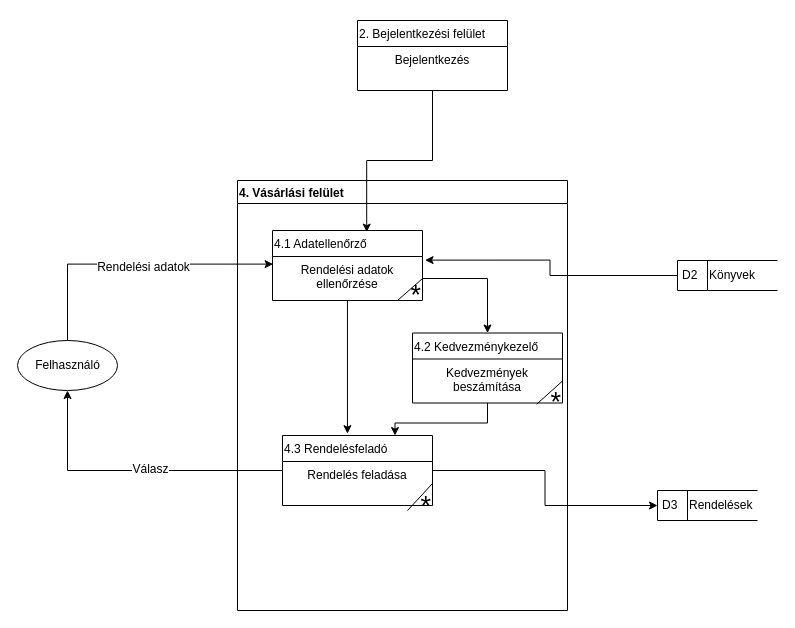
Dzseta/Adatbazis-alapu-rendszerek keeps this draw.io diagram as page "Page-4" (4 of 5) of dfd.drawio. Above is the earlier version. Source tidied: cells renumbered, new cells numbered last; positions are measured from the earlier drawing's top-left corner, leaving out a move shared by most shapes. Both pictures are drawn from the tidied source at 100%, with x=0, y=0 at pixel (17, 20).
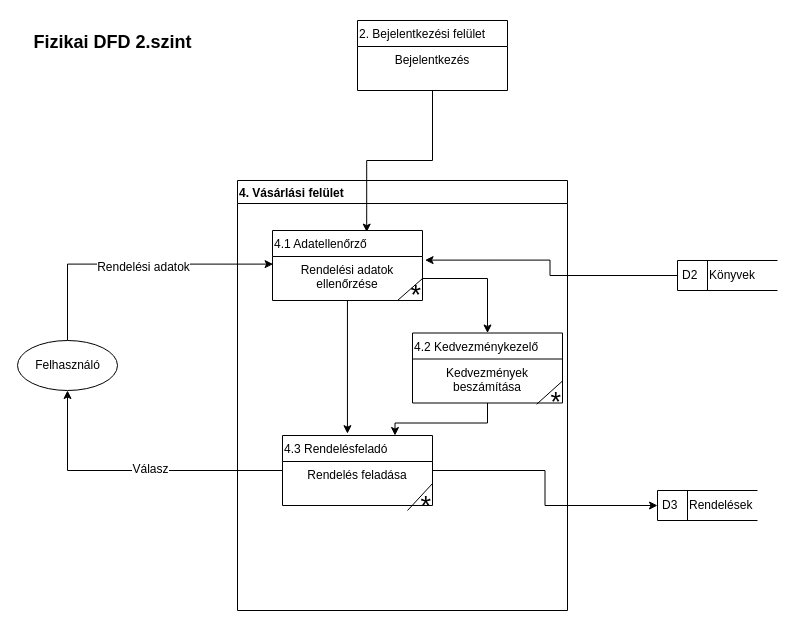
Above is the later version.

Diff of the diagram source:
```diff
@@
+    <mxCell id="32" value="&lt;h2&gt;Fizikai DFD 2.szint&lt;/h2&gt;" style="text;html=1;align=center;verticalAlign=middle;" parent="1" vertex="1">
+      <mxGeometry x="10" y="-3" width="170" height="50" as="geometry" />
+    </mxCell>
```
